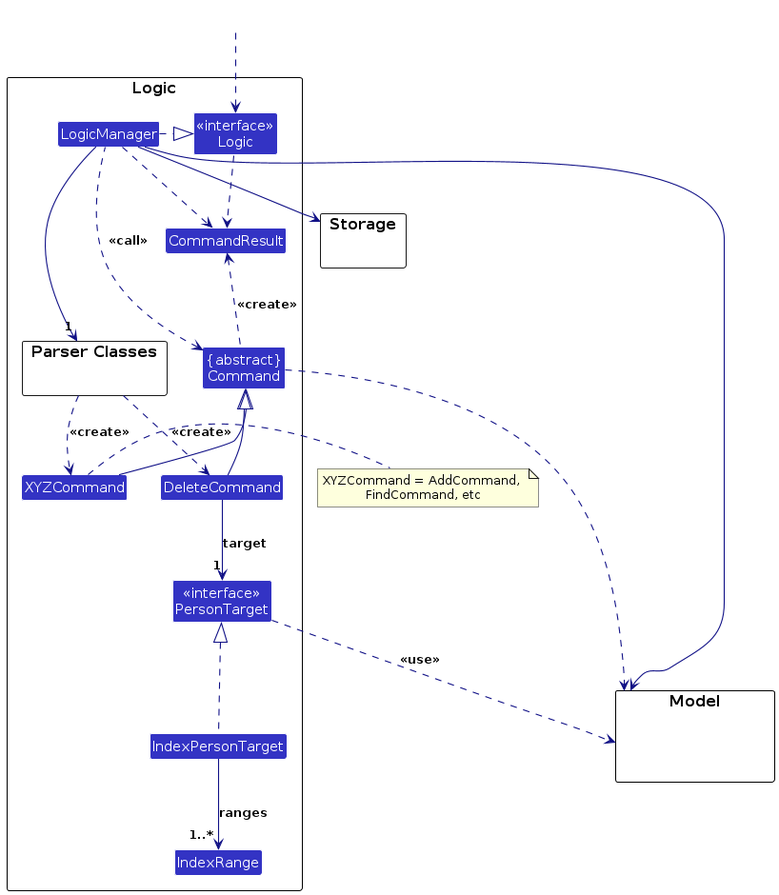
This is diagrams/LogicClassDiagram.png from AY2627S1-CS2103T-T11-2/tp, a PlantUML export, as it was before one commit. Its source is kept beside it as diagrams/LogicClassDiagram.puml.
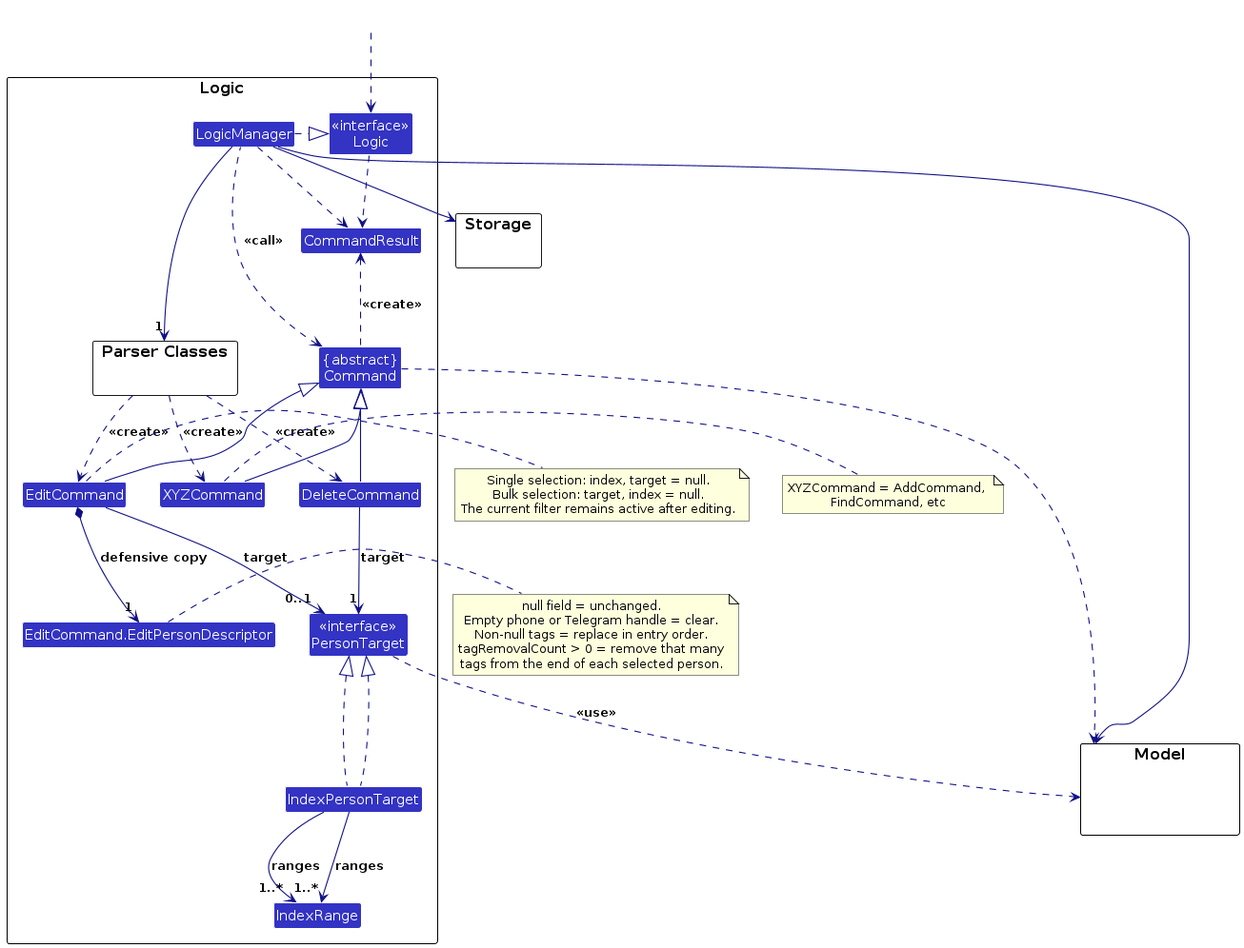
Later version of the same file.

What changed in the source:
```diff
@@ -17,6 +17,11 @@
 Class IndexPersonTarget
 Class IndexRange
 
+Class EditCommand
+Class "EditCommand.EditPersonDescriptor" as EditPersonDescriptor
+Class "<<interface>>\nPersonTarget" as PersonTarget
+Class IndexPersonTarget
+
 Class "<<interface>>\nLogic" as Logic
 Class LogicManager
 }
@@ -35,15 +40,36 @@
 LogicManager -right->"1" ParserClasses
 ParserClasses ..> XYZCommand : <<create>>
 ParserClasses ..> DeleteCommand : <<create>>
+ParserClasses ..> EditCommand : <<create>>
 
 XYZCommand -up-|> Command
 DeleteCommand -up-|> Command
+EditCommand -up-|> Command
 
 LogicManager .left.> Command : <<call>>
 
 DeleteCommand --> "1" PersonTarget : target
 IndexPersonTarget .up.|> PersonTarget
 IndexPersonTarget --> "1..*" IndexRange : ranges
+
+EditCommand --> "0..1" PersonTarget : target
+EditCommand *--> "1" EditPersonDescriptor : defensive copy
+IndexPersonTarget .up.|> PersonTarget
+IndexPersonTarget --> "1..*" IndexRange : ranges
+
+note right of EditCommand
+  Single selection: index, target = null.
+  Bulk selection: target, index = null.
+  The current filter remains active after editing.
+end note
+
+note right of EditPersonDescriptor
+  null field = unchanged.
+  Empty phone or Telegram handle = clear.
+  Non-null tags = replace in entry order.
+  tagRemovalCount > 0 = remove that many
+  tags from the end of each selected person.
+end note
 
 LogicManager --> Model
 LogicManager --> Storage
```
